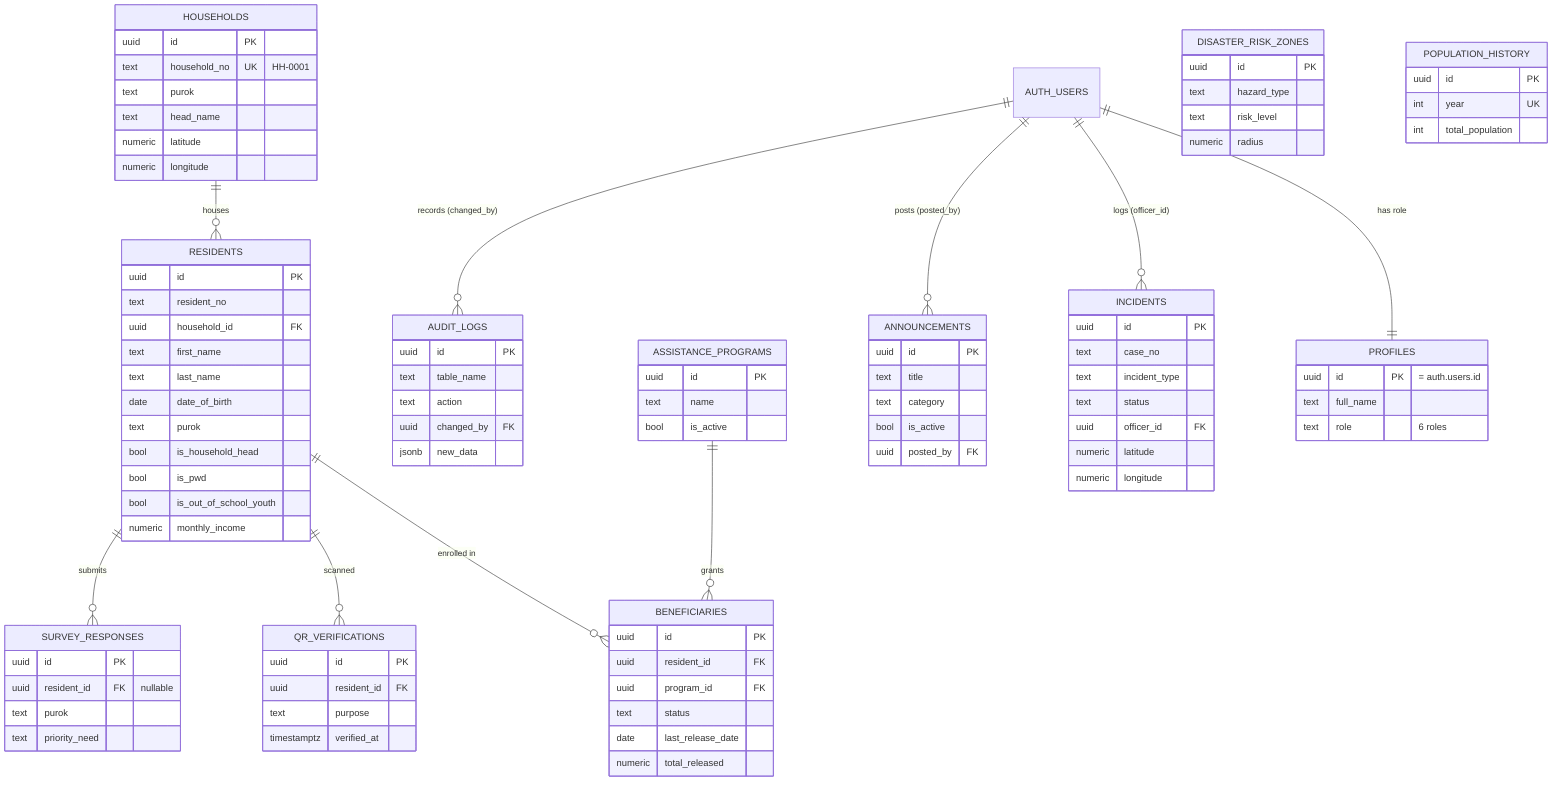
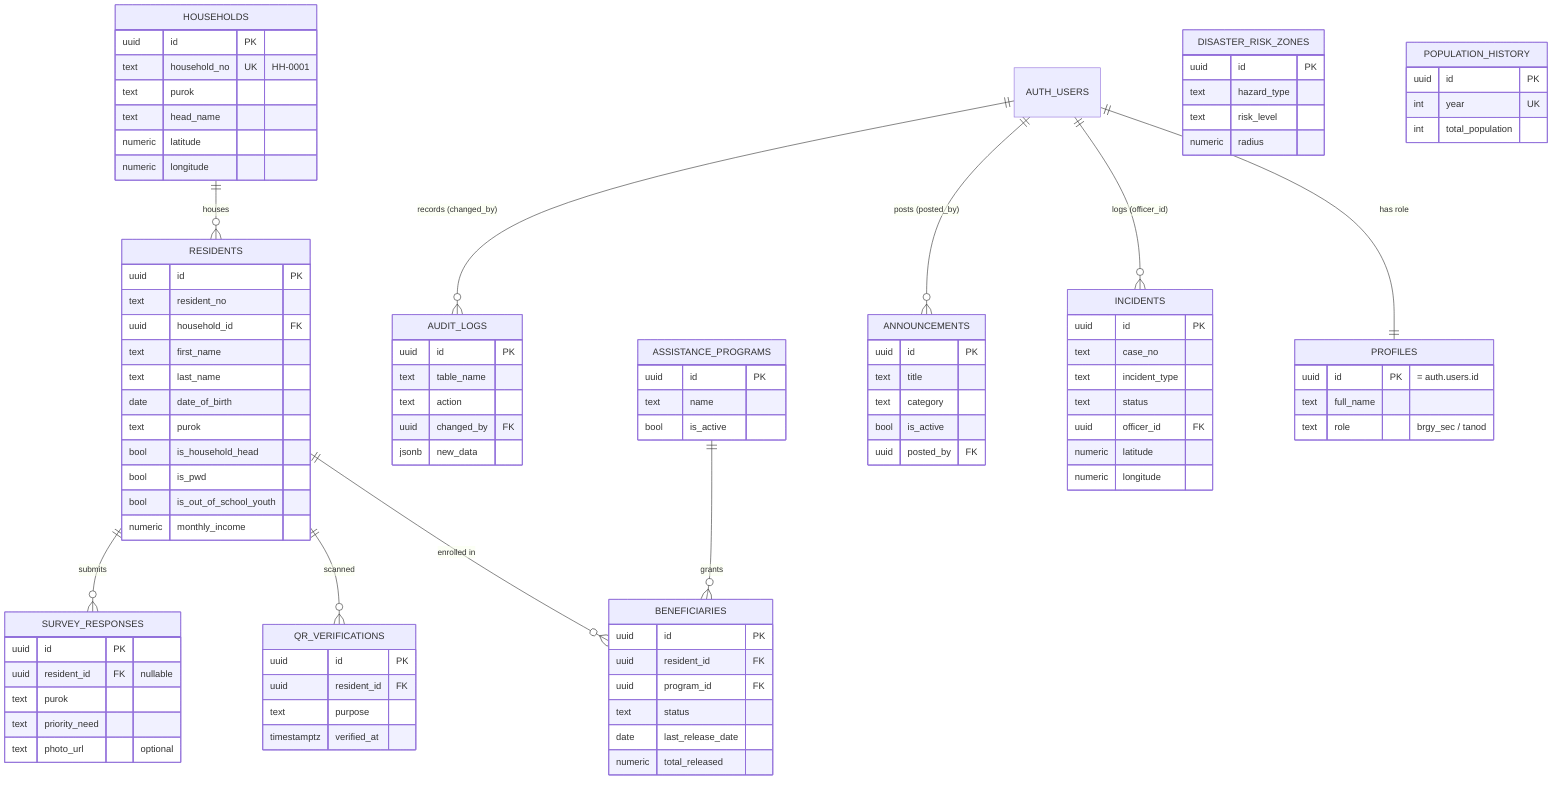
erDiagram
    AUTH_USERS ||--|| PROFILES : "has role"
    HOUSEHOLDS ||--o{ RESIDENTS : "houses"
    RESIDENTS ||--o{ BENEFICIARIES : "enrolled in"
    ASSISTANCE_PROGRAMS ||--o{ BENEFICIARIES : "grants"
    RESIDENTS ||--o{ QR_VERIFICATIONS : "scanned"
    RESIDENTS ||--o{ SURVEY_RESPONSES : "submits"
    AUTH_USERS ||--o{ INCIDENTS : "logs (officer_id)"
    AUTH_USERS ||--o{ ANNOUNCEMENTS : "posts (posted_by)"
    AUTH_USERS ||--o{ AUDIT_LOGS : "records (changed_by)"

    PROFILES {
        uuid id PK "= auth.users.id"
        text full_name
-         text role "6 roles"
+         text role "brgy_sec / tanod"
    }
    HOUSEHOLDS {
        uuid id PK
        text household_no UK "HH-0001"
        text purok
        text head_name
        numeric latitude
        numeric longitude
    }
    RESIDENTS {
        uuid id PK
        text resident_no
        uuid household_id FK
        text first_name
        text last_name
        date date_of_birth
        text purok
        bool is_household_head
        bool is_pwd
        bool is_out_of_school_youth
        numeric monthly_income
    }
    ASSISTANCE_PROGRAMS {
        uuid id PK
        text name
        bool is_active
    }
    BENEFICIARIES {
        uuid id PK
        uuid resident_id FK
        uuid program_id FK
        text status
        date last_release_date
        numeric total_released
    }
    QR_VERIFICATIONS {
        uuid id PK
        uuid resident_id FK
        text purpose
        timestamptz verified_at
    }
    SURVEY_RESPONSES {
        uuid id PK
        uuid resident_id FK "nullable"
        text purok
        text priority_need
+         text photo_url "optional"
    }
    INCIDENTS {
        uuid id PK
        text case_no
        text incident_type
        text status
        uuid officer_id FK
        numeric latitude
        numeric longitude
    }
    DISASTER_RISK_ZONES {
        uuid id PK
        text hazard_type
        text risk_level
        numeric radius
    }
    ANNOUNCEMENTS {
        uuid id PK
        text title
        text category
        bool is_active
        uuid posted_by FK
    }
    POPULATION_HISTORY {
        uuid id PK
        int year UK
        int total_population
    }
    AUDIT_LOGS {
        uuid id PK
        text table_name
        text action
        uuid changed_by FK
        jsonb new_data
    }
